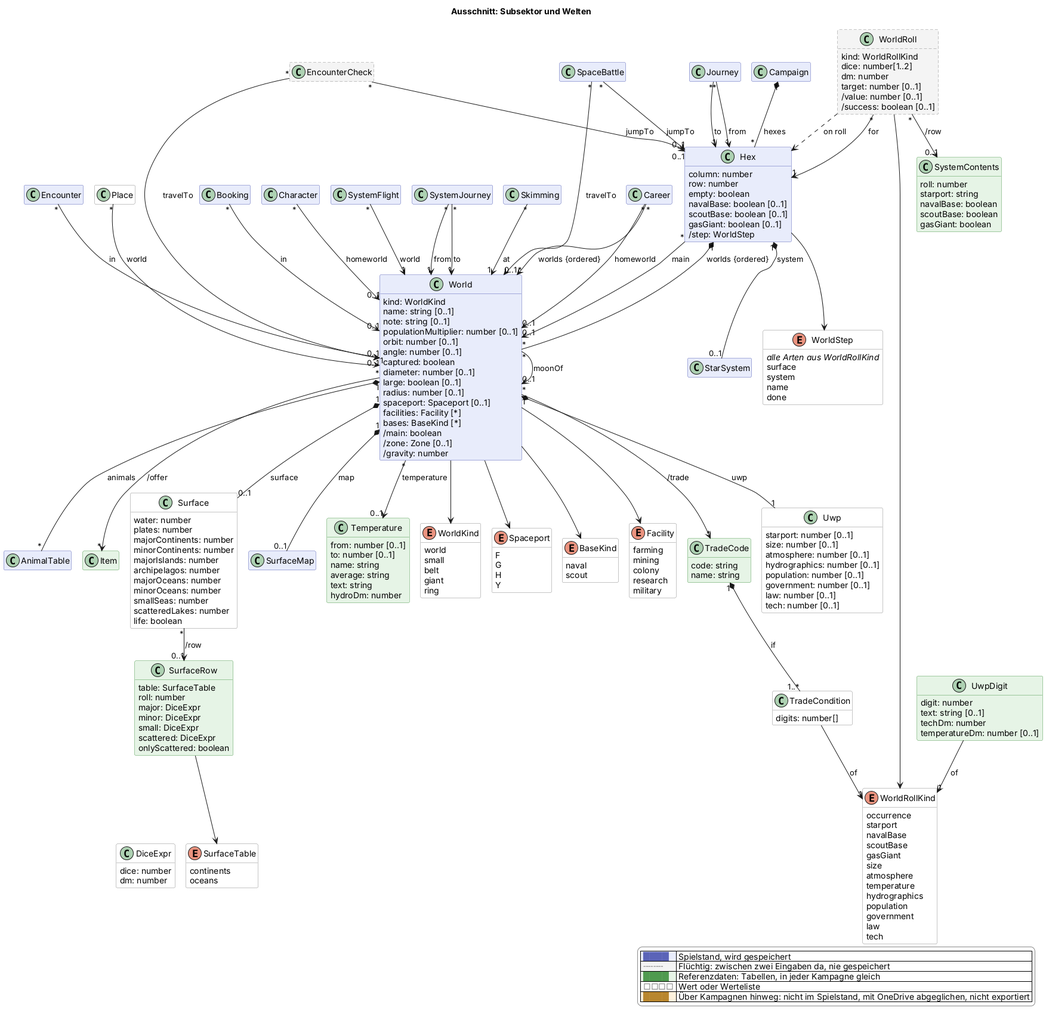
Earlier version of the PlantUML export docs/views/sektor.png (scuzzar/SRE).
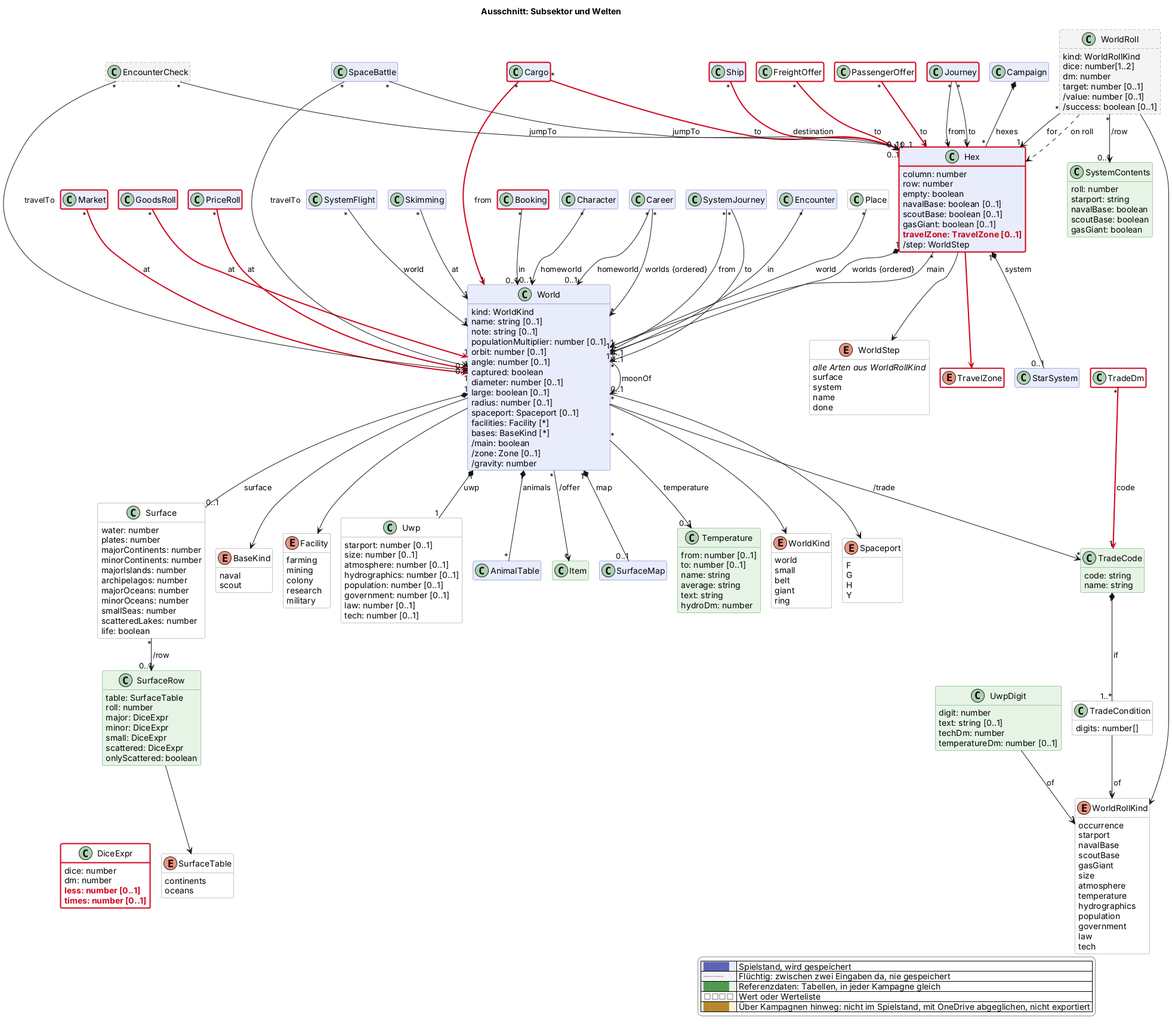
After the change.

What changed in the source:
```diff
@@ -73,6 +73,16 @@
   class Booking $shop
   class Character $charakter
 
+  class Ship $schiffe
+
+  class Market $handel $newClass("2026-11-27")
+  class GoodsRoll $handel $newClass("2026-11-27")
+  class PriceRoll $handel $newClass("2026-11-27")
+  class Cargo $handel $newClass("2026-11-27")
+  class FreightOffer <<value>> $handel $newClass("2026-11-27")
+  class PassengerOffer <<value>> $handel $newClass("2026-11-27")
+  enum TravelZone <<value>> $handel $newClass("2026-11-27")
+  class TradeDm <<value>> $handel $newClass("2026-11-27")
 
   class SystemFlight $raum
   class StarSystem $raum
@@ -89,6 +99,7 @@
     navalBase: boolean [0..1]
     scoutBase: boolean [0..1]
     gasGiant: boolean [0..1]
+    $new("2026-11-27", "travelZone: TravelZone [0..1]")
     /step: WorldStep
   }
   class World $sektor {
@@ -205,6 +216,8 @@
   class DiceExpr <<value>> $sektor {
     dice: number
     dm: number
+    $new("2026-11-27", "less: number [0..1]")
+    $new("2026-11-27", "times: number [0..1]")
   }
   class Temperature <<reference>> $sektor {
     from: number [0..1]
@@ -246,6 +259,17 @@
 
 Booking "*" --> "0..1" World : in
 
+
+Market "*" -$newArrow("2026-11-27")-> "1" World : at
+FreightOffer "*" -$newArrow("2026-11-27")-> "1" Hex : to
+PassengerOffer "*" -$newArrow("2026-11-27")-> "1" Hex : to
+GoodsRoll "*" -$newArrow("2026-11-27")-> "1" World : at
+PriceRoll "*" -$newArrow("2026-11-27")-> "1" World : at
+Ship "*" -$newArrow("2026-11-27")-> "0..1" Hex : destination
+Cargo "*" -$newArrow("2026-11-27")-> "1" World : from
+Cargo "*" -$newArrow("2026-11-27")-> "0..1" Hex : to
+Hex -$newArrow("2026-11-27")-> TravelZone
+TradeDm "*" -$newArrow("2026-11-27")-> "1" TradeCode : code
 
 SystemFlight "*" --> "1" World : world
 SpaceBattle "*" --> "0..1" Hex : jumpTo
@@ -309,4 +333,9 @@
   |<#ffffff> <color:#8a8a8a>□□□□</color> | Wert oder Werteliste |
   |<#fdf1dc> <color:#b8862e>████</color> | Über Kampagnen hinweg: nicht im Spielstand, mit OneDrive abgeglichen, nicht exportiert |
 endlegend
+class Booking #line:d0021b;line.bold
+class Ship #line:d0021b;line.bold
+class Hex #line:d0021b;line.bold
+class Journey #line:d0021b;line.bold
+class DiceExpr #line:d0021b;line.bold
 @enduml
```
